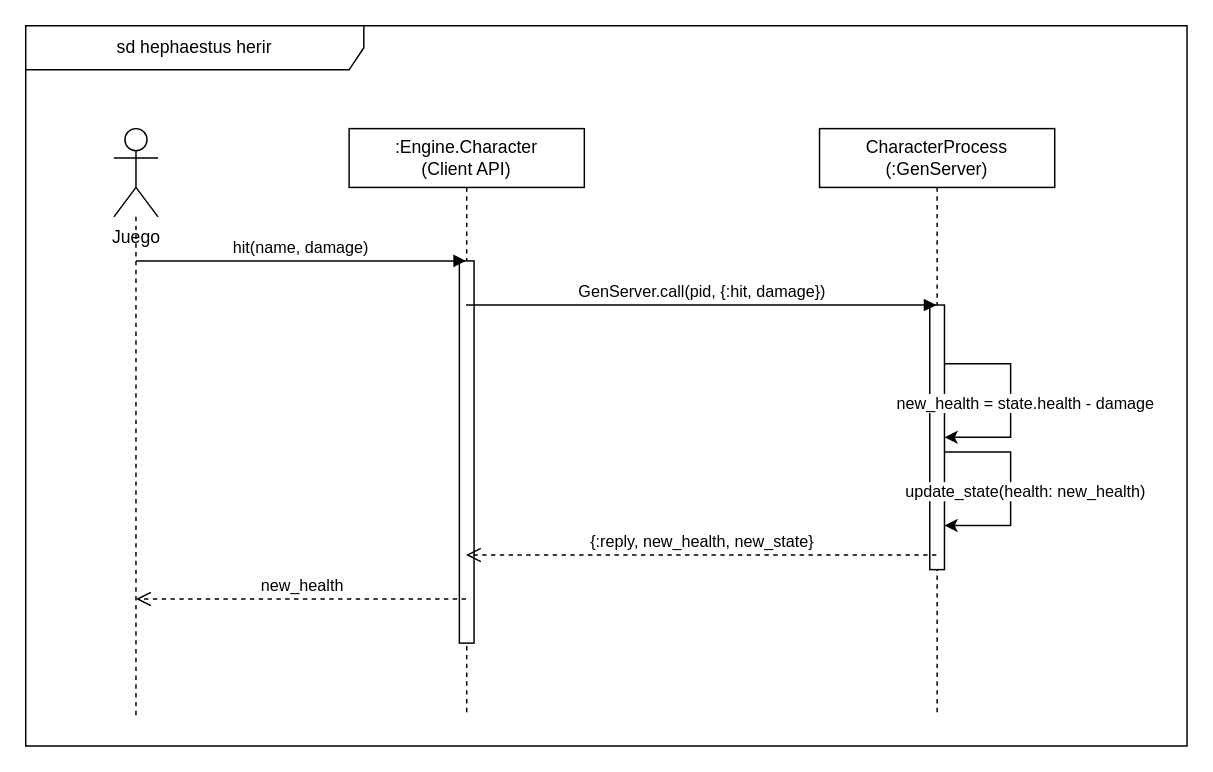
The draw.io diagram document/tex_files/mainmatter/chapter_5/images/design_engine/secuence_diagrams/hit.drawio in ThAlsay/Hephaestus, before the edit. Source tidied: cells renumbered, new cells numbered last; positions are measured from the earlier drawing's top-left corner, leaving out a move shared by most shapes. Both pictures are drawn from the tidied source at 147%, with x=0, y=0 at pixel (25, 25).
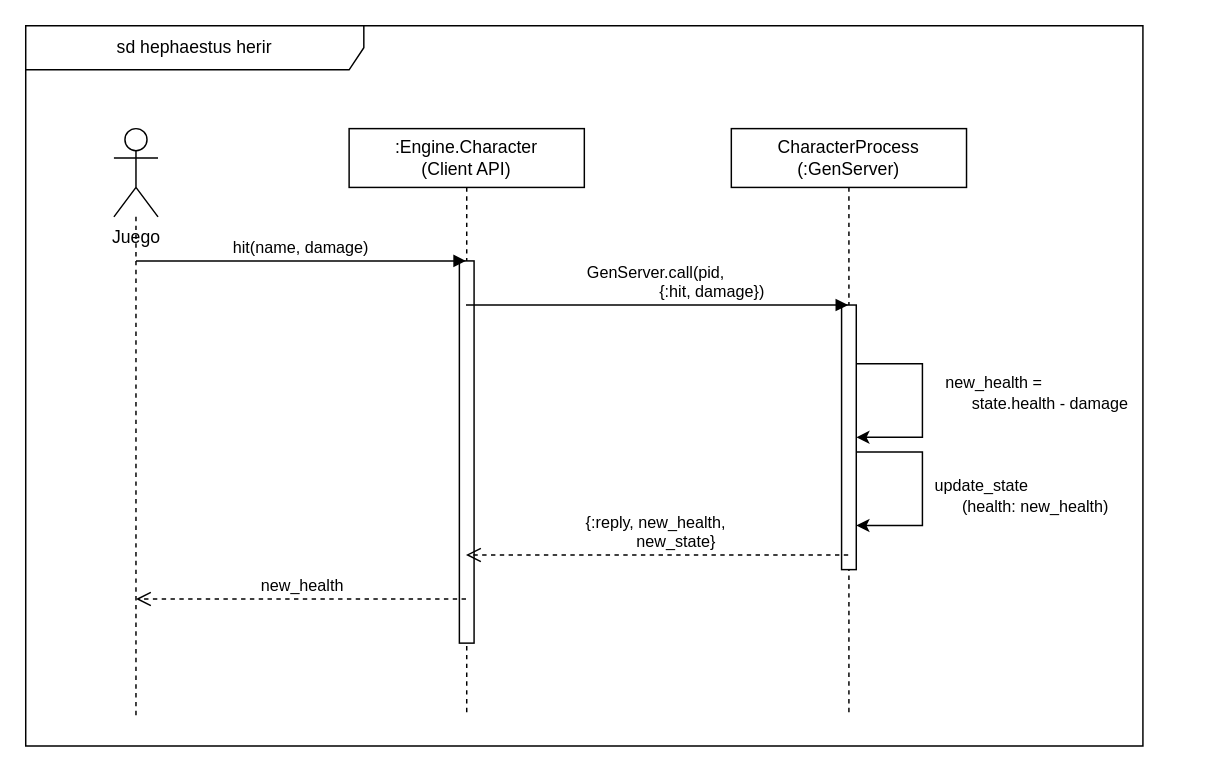
After the change.

Unchanged cells that the change refers to:
```xml
<mxCell id="4" value=":Engine.Character&#10;(Client API)" style="shape=umlLifeline;perimeter=lifelinePerimeter;whiteSpace=wrap;html=1;outlineConnect=0;" parent="1" vertex="1">
  <mxGeometry x="220" y="70" width="160" height="400" as="geometry" />
</mxCell>
<mxCell id="7" style="html=1;points=[];perimeter=orthogonalPerimeter;" parent="6" vertex="1">
  <mxGeometry x="75" y="120" width="10" height="180" as="geometry" />
</mxCell>
```

Diff of the diagram source:
```diff
@@
     <mxCell id="6" value="CharacterProcess&#10;(:GenServer)" style="shape=umlLifeline;perimeter=lifelinePerimeter;whiteSpace=wrap;html=1;outlineConnect=0;" parent="1" vertex="1">
-      <mxGeometry x="540" y="70" width="160" height="400" as="geometry" />
+      <mxGeometry x="480" y="70" width="160" height="400" as="geometry" />
     </mxCell>
@@
-    <mxCell id="9" value="GenServer.call(pid, {:hit, damage})" style="html=1;verticalAlign=bottom;endArrow=block;edgeStyle=elbowEdgeStyle;elbow=vertical;curved=0;rounded=0;" parent="1" edge="1" source="4" target="6">
+    <mxCell id="9" value="GenServer.call&lt;span style=&quot;background-color: transparent; color: light-dark(rgb(0, 0, 0), rgb(255, 255, 255));&quot;&gt;(pid,&amp;nbsp;&lt;/span&gt;&lt;div&gt;&lt;span style=&quot;background-color: transparent; color: light-dark(rgb(0, 0, 0), rgb(255, 255, 255));&quot;&gt;&lt;span style=&quot;white-space: pre;&quot;&gt;&#9;&lt;/span&gt;&lt;span style=&quot;white-space: pre;&quot;&gt;&#9;&lt;/span&gt;&lt;span style=&quot;white-space: pre;&quot;&gt;&#9;&lt;/span&gt;{:hit, damage})&lt;/span&gt;&lt;/div&gt;" style="html=1;verticalAlign=bottom;endArrow=block;edgeStyle=elbowEdgeStyle;elbow=vertical;curved=0;rounded=0;labelBackgroundColor=none;" parent="1" edge="1" source="4" target="6">
       <mxGeometry relative="1" as="geometry">
         <Array as="points">
           <mxPoint x="460" y="190" />
         </Array>
       </mxGeometry>
     </mxCell>
-    <mxCell id="10" value="new_health = state.health - damage" style="edgeStyle=orthogonalEdgeStyle;rounded=0;orthogonalLoop=1;jettySize=auto;html=1;curved=0;" parent="1" edge="1" source="7" target="7">
-      <mxGeometry x="0.03" y="10" relative="1" as="geometry">
+    <mxCell id="10" value="new_health =&amp;nbsp;&lt;div&gt;&lt;span style=&quot;white-space: pre;&quot;&gt;&#9;&lt;/span&gt;&lt;span style=&quot;white-space: pre;&quot;&gt;&#9;&lt;/span&gt;&lt;span style=&quot;white-space: pre;&quot;&gt;&#9;&lt;/span&gt;state.health - damage&lt;/div&gt;" style="edgeStyle=orthogonalEdgeStyle;rounded=0;orthogonalLoop=1;jettySize=auto;html=1;curved=0;labelBackgroundColor=none;" parent="1" edge="1" source="7" target="7">
+      <mxGeometry x="-0.07" y="50" relative="1" as="geometry">
         <Array as="points">
-          <mxPoint x="670" y="230" />
-          <mxPoint x="670" y="280" />
+          <mxPoint x="610" y="230" />
+          <mxPoint x="610" y="280" />
         </Array>
       </mxGeometry>
     </mxCell>
-    <mxCell id="11" value="update_state(health: new_health)" style="edgeStyle=orthogonalEdgeStyle;rounded=0;orthogonalLoop=1;jettySize=auto;html=1;curved=0;" parent="1" edge="1" source="7" target="7">
-      <mxGeometry x="0.03" y="10" relative="1" as="geometry">
+    <mxCell id="11" value="update_state&lt;div&gt;&lt;span style=&quot;white-space: pre;&quot;&gt;&#9;&lt;/span&gt;&lt;span style=&quot;white-space: pre;&quot;&gt;&#9;&lt;/span&gt;&lt;span style=&quot;white-space: pre;&quot;&gt;&#9;&lt;/span&gt;(health: new_health)&lt;/div&gt;" style="edgeStyle=orthogonalEdgeStyle;rounded=0;orthogonalLoop=1;jettySize=auto;html=1;curved=0;labelBackgroundColor=none;" parent="1" edge="1" source="7" target="7">
+      <mxGeometry x="0.07" y="40" relative="1" as="geometry">
         <Array as="points">
-          <mxPoint x="670" y="290" />
-          <mxPoint x="670" y="340" />
+          <mxPoint x="610" y="290" />
+          <mxPoint x="610" y="340" />
         </Array>
       </mxGeometry>
     </mxCell>
-    <mxCell id="12" value="{:reply, new_health, new_state}" style="html=1;verticalAlign=bottom;endArrow=open;dashed=1;endSize=8;edgeStyle=elbowEdgeStyle;elbow=vertical;curved=0;rounded=0;" parent="1" edge="1" source="6" target="4">
+    <mxCell id="12" value="{:reply, new_health,&amp;nbsp;&lt;div&gt;&lt;span style=&quot;white-space: pre;&quot;&gt;&#9;&lt;/span&gt;new_state}&lt;/div&gt;" style="html=1;verticalAlign=bottom;endArrow=open;dashed=1;endSize=8;edgeStyle=elbowEdgeStyle;elbow=vertical;curved=0;rounded=0;labelBackgroundColor=none;" parent="1" edge="1" source="6" target="4">
       <mxGeometry relative="1" as="geometry">
         <Array as="points">
           <mxPoint x="470" y="360" />
         </Array>
       </mxGeometry>
     </mxCell>
@@
     <mxCell id="14" value="sd hephaestus herir" style="shape=umlFrame;whiteSpace=wrap;html=1;width=230;height=30;" parent="1" vertex="1">
-      <mxGeometry width="790" height="490" as="geometry" />
+      <mxGeometry width="760" height="490" as="geometry" />
     </mxCell>
```
